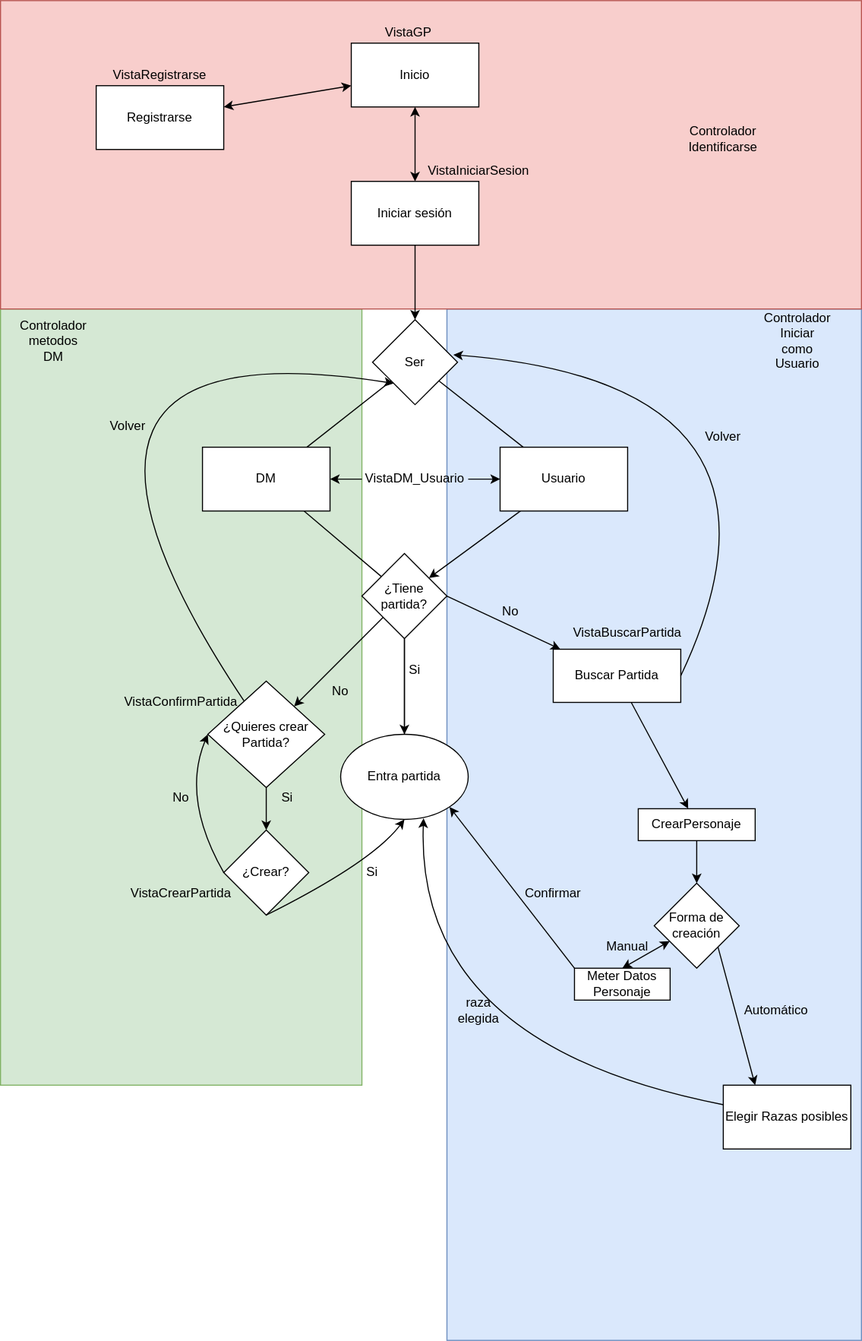
Earlier version of the draw.io export diagrama.svg (JaviOrtunoRoig/D-D). Source tidied: cells renumbered, new cells last; positions are measured from the earlier drawing's top-left corner, leaving out a move shared by most shapes.
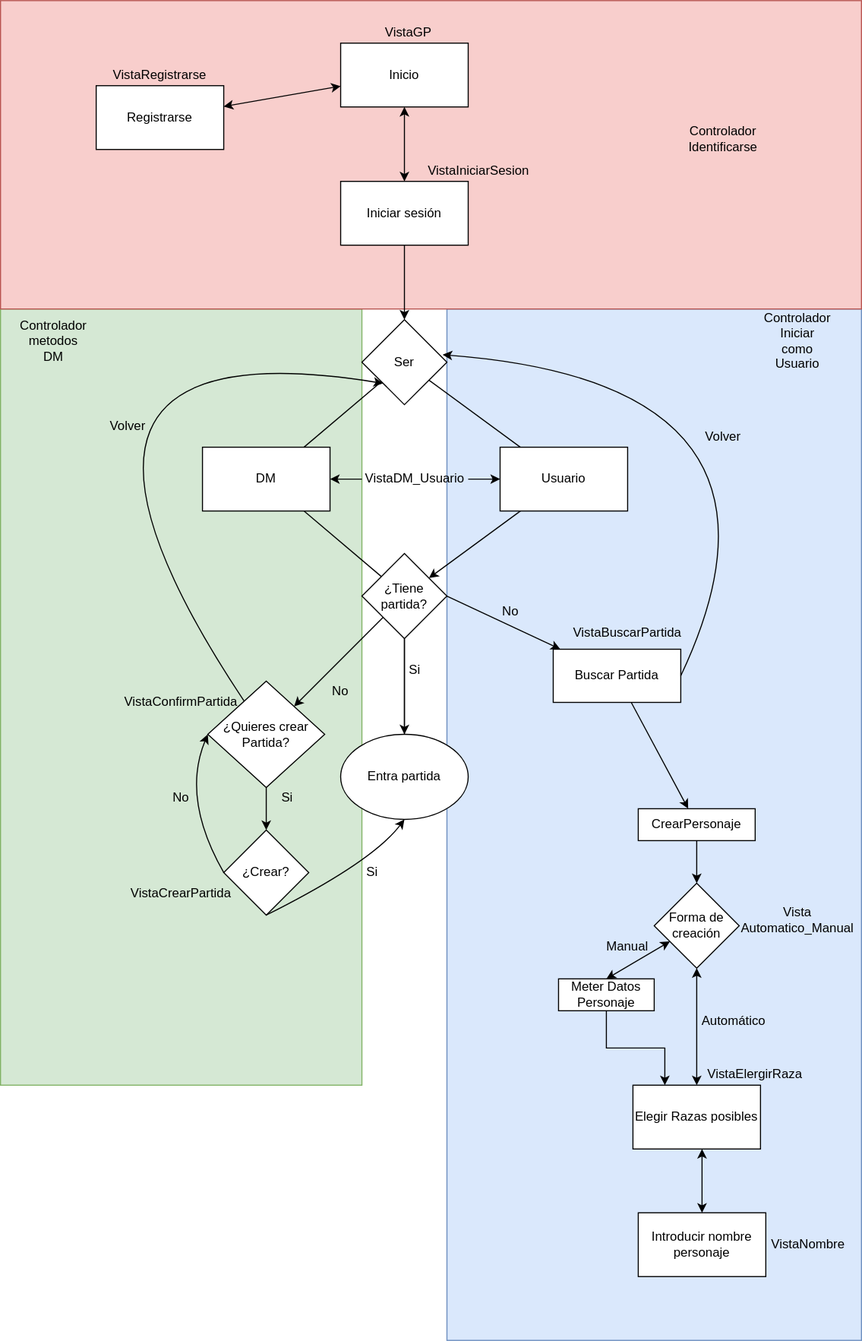
The same diagram one commit later.

What changed in the source:
```diff
@@ -12,10 +12,10 @@
       <mxGeometry x="10" width="810" height="290" as="geometry" />
     </mxCell>
     <mxCell id="5" value="Inicio" style="rounded=0;whiteSpace=wrap;html=1;" parent="1" vertex="1">
-      <mxGeometry x="340" y="40" width="120" height="60" as="geometry" />
+      <mxGeometry x="330" y="40" width="120" height="60" as="geometry" />
     </mxCell>
     <mxCell id="6" value="Ser" style="rhombus;whiteSpace=wrap;html=1;" parent="1" vertex="1">
-      <mxGeometry x="360" y="300" width="80" height="80" as="geometry" />
+      <mxGeometry x="350" y="300" width="80" height="80" as="geometry" />
     </mxCell>
     <mxCell id="7" value="DM" style="rounded=0;whiteSpace=wrap;html=1;" parent="1" vertex="1">
       <mxGeometry x="200" y="420" width="120" height="60" as="geometry" />
@@ -63,7 +63,7 @@
       <mxGeometry relative="1" as="geometry" />
     </mxCell>
     <mxCell id="22" value="Iniciar sesión" style="rounded=0;whiteSpace=wrap;html=1;shadow=0;glass=0;comic=0;" parent="1" vertex="1">
-      <mxGeometry x="340" y="170" width="120" height="60" as="geometry" />
+      <mxGeometry x="330" y="170" width="120" height="60" as="geometry" />
     </mxCell>
     <mxCell id="23" style="endArrow=classic;startArrow=classic;html=1;shadow=0;strokeWidth=1;" parent="1" edge="1" source="5" target="22">
       <mxGeometry relative="1" as="geometry" />
@@ -169,43 +169,27 @@
     <mxCell id="51" style="endArrow=classic;html=1;shadow=0;strokeWidth=1;" parent="1" edge="1" source="43" target="47">
       <mxGeometry relative="1" as="geometry" />
     </mxCell>
-    <mxCell id="52" style="edgeStyle=none;rounded=0;jettySize=auto;html=1;exitX=1;exitY=1;exitDx=0;exitDy=0;entryX=0.25;entryY=0;entryDx=0;entryDy=0;shadow=0;strokeWidth=1;" parent="1" edge="1" source="53" target="54">
-      <mxGeometry relative="1" as="geometry" />
-    </mxCell>
     <mxCell id="53" value="Forma de creación" style="rhombus;whiteSpace=wrap;html=1;rounded=0;shadow=0;glass=0;comic=0;" parent="1" vertex="1">
       <mxGeometry x="625" y="830" width="80" height="80" as="geometry" />
     </mxCell>
     <mxCell id="54" value="Elegir Razas posibles" style="rounded=0;whiteSpace=wrap;html=1;shadow=0;glass=0;comic=0;" parent="1" vertex="1">
-      <mxGeometry x="690" y="1020" width="120" height="60" as="geometry" />
+      <mxGeometry x="605" y="1020" width="120" height="60" as="geometry" />
     </mxCell>
     <mxCell id="55" value="Manual" style="text;html=1;strokeColor=none;fillColor=none;align=center;verticalAlign=middle;whiteSpace=wrap;rounded=0;shadow=0;glass=0;comic=0;" parent="1" vertex="1">
       <mxGeometry x="580" y="880" width="40" height="20" as="geometry" />
     </mxCell>
     <mxCell id="56" value="Automático" style="text;html=1;strokeColor=none;fillColor=none;align=center;verticalAlign=middle;whiteSpace=wrap;rounded=0;shadow=0;glass=0;comic=0;" parent="1" vertex="1">
-      <mxGeometry x="720" y="940" width="40" height="20" as="geometry" />
+      <mxGeometry x="680" y="950" width="40" height="20" as="geometry" />
     </mxCell>
-    <mxCell id="57" style="curved=1;endArrow=classic;html=1;shadow=0;strokeWidth=1;entryX=0.65;entryY=0.988;entryDx=0;entryDy=0;entryPerimeter=0;" parent="1" edge="1" source="54" target="17">
-      <mxGeometry relative="1" as="geometry">
-        <Array as="points">
-          <mxPoint x="400" y="982" />
-        </Array>
-      </mxGeometry>
-    </mxCell>
-    <mxCell id="58" value="raza elegida" style="text;html=1;strokeColor=none;fillColor=none;align=center;verticalAlign=middle;whiteSpace=wrap;rounded=0;shadow=0;glass=0;comic=0;" parent="1" vertex="1">
-      <mxGeometry x="440" y="940" width="40" height="20" as="geometry" />
-    </mxCell>
+    <mxCell id="66" style="edgeStyle=orthogonalEdgeStyle;rounded=0;jettySize=auto;html=1;entryX=0.25;entryY=0;entryDx=0;entryDy=0;" parent="1" edge="1" source="59" target="54">
+      <mxGeometry relative="1" as="geometry" />
+    </mxCell>
     <mxCell id="59" value="Meter Datos Personaje" style="rounded=0;whiteSpace=wrap;html=1;" parent="1" vertex="1">
-      <mxGeometry x="550" y="910" width="90" height="30" as="geometry" />
+      <mxGeometry x="535" y="920" width="90" height="30" as="geometry" />
     </mxCell>
     <mxCell id="60" style="endArrow=classic;startArrow=classic;html=1;exitX=0.5;exitY=0;exitDx=0;exitDy=0;" parent="1" edge="1" source="59" target="53">
       <mxGeometry relative="1" as="geometry" />
     </mxCell>
-    <mxCell id="61" style="endArrow=classic;html=1;entryX=1;entryY=1;entryDx=0;entryDy=0;exitX=0;exitY=0;exitDx=0;exitDy=0;" parent="1" edge="1" source="59" target="17">
-      <mxGeometry relative="1" as="geometry" />
-    </mxCell>
-    <mxCell id="62" value="Confirmar" style="text;html=1;strokeColor=none;fillColor=none;align=center;verticalAlign=middle;whiteSpace=wrap;rounded=0;" parent="1" vertex="1">
-      <mxGeometry x="510" y="830" width="40" height="20" as="geometry" />
-    </mxCell>
     <mxCell id="63" value="Controlador Identificarse" style="text;html=1;strokeColor=none;fillColor=none;align=center;verticalAlign=middle;whiteSpace=wrap;rounded=0;" parent="1" vertex="1">
       <mxGeometry x="670" y="120" width="40" height="20" as="geometry" />
     </mxCell>
@@ -215,5 +199,25 @@
     <mxCell id="65" value="Controlador Iniciar como Usuario" style="text;html=1;strokeColor=none;fillColor=none;align=center;verticalAlign=middle;whiteSpace=wrap;rounded=0;" parent="1" vertex="1">
       <mxGeometry x="740" y="310" width="40" height="20" as="geometry" />
     </mxCell>
+    <mxCell id="67" style="endArrow=classic;startArrow=classic;html=1;" parent="1" edge="1" source="54" target="53">
+      <mxGeometry relative="1" as="geometry" />
+    </mxCell>
+    <mxCell id="68" value="VistaElergirRaza" style="text;html=1;strokeColor=none;fillColor=none;align=center;verticalAlign=middle;whiteSpace=wrap;rounded=0;" parent="1" vertex="1">
+      <mxGeometry x="700" y="1000" width="40" height="20" as="geometry" />
+    </mxCell>
+    <mxCell id="69" value="Vista Automatico_Manual" style="text;html=1;strokeColor=none;fillColor=none;align=center;verticalAlign=middle;whiteSpace=wrap;rounded=0;" parent="1" vertex="1">
+      <mxGeometry x="710" y="830" width="100" height="70" as="geometry" />
+    </mxCell>
+    <mxCell id="70" style="endArrow=classic;startArrow=classic;html=1;" parent="1" edge="1" source="71">
+      <mxGeometry relative="1" as="geometry">
+        <mxPoint x="670" y="1080" as="targetPoint" />
+      </mxGeometry>
+    </mxCell>
+    <mxCell id="71" value="Introducir nombre personaje" style="rounded=0;whiteSpace=wrap;html=1;" parent="1" vertex="1">
+      <mxGeometry x="610" y="1140" width="120" height="60" as="geometry" />
+    </mxCell>
+    <mxCell id="72" value="VistaNombre" style="text;html=1;strokeColor=none;fillColor=none;align=center;verticalAlign=middle;whiteSpace=wrap;rounded=0;" parent="1" vertex="1">
+      <mxGeometry x="750" y="1160" width="40" height="20" as="geometry" />
+    </mxCell>
   </root>
 </mxGraphModel>
```
